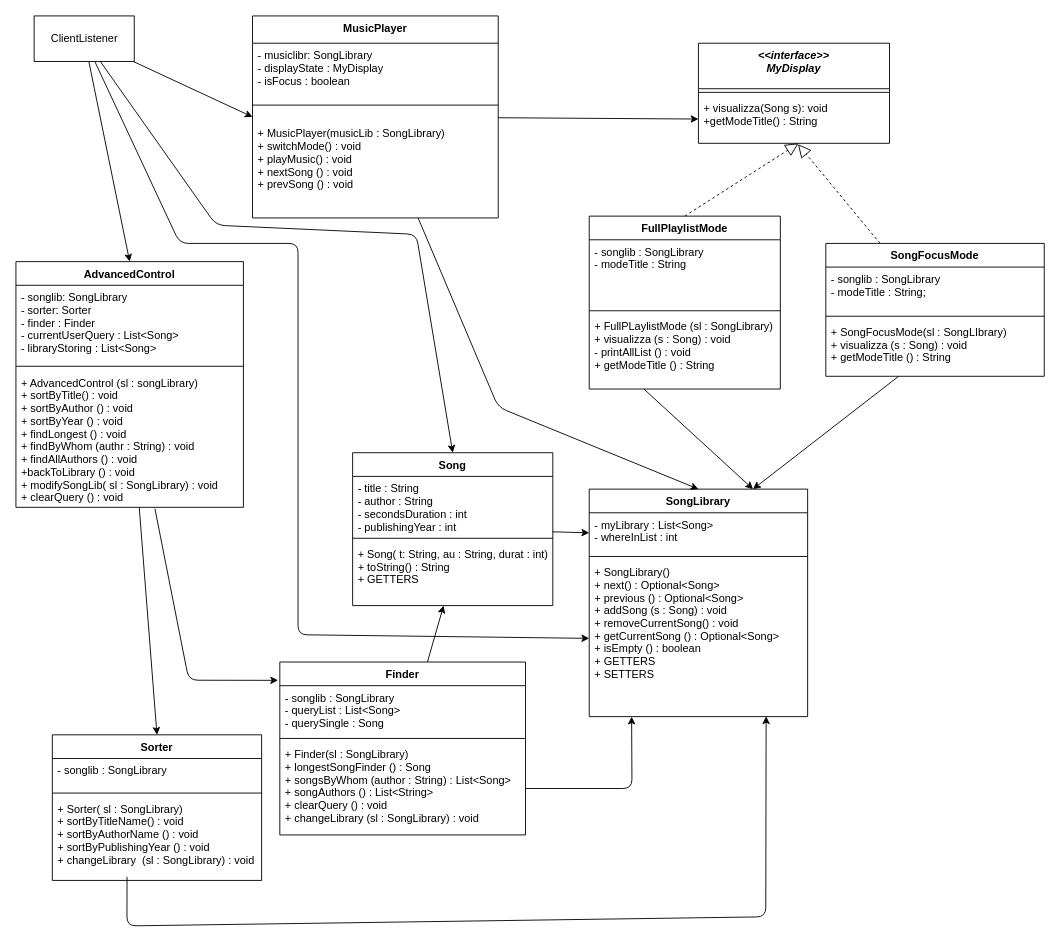
belligerentcrow/MusicPlayerProject keeps this draw.io diagram as MusicPlayer.drawio. Above is the earlier version. Source tidied: cells renumbered, new cells numbered last; positions are measured from the earlier drawing's top-left corner, leaving out a move shared by most shapes. Both pictures are drawn from the tidied source at 91%, with x=0, y=0 at pixel (15, 15).
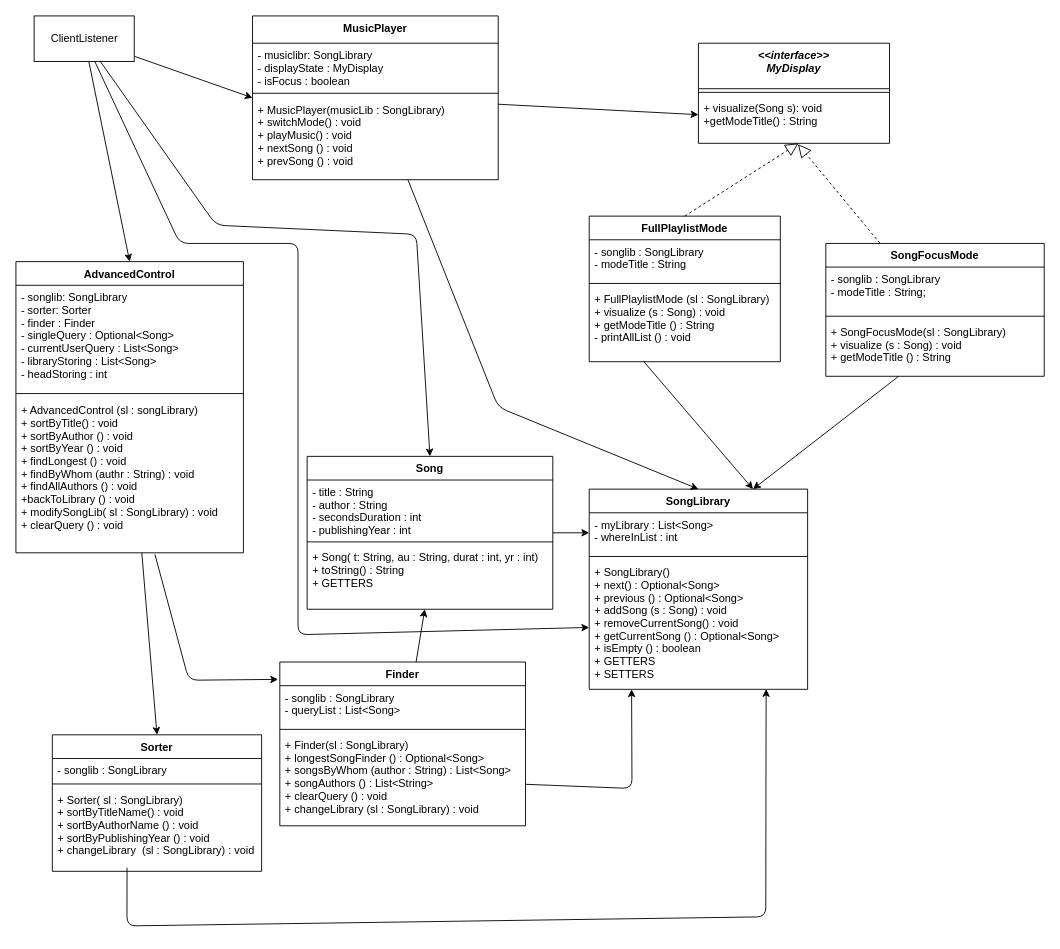
After the change.

Commit message (it also covers changes not shown here):
Update UML Diagram

Unchanged cells that the change refers to:
```xml
<mxCell id="2" value="&lt;&lt;interface&gt;&gt;&#10;MyDisplay" style="swimlane;fontStyle=3;align=center;verticalAlign=top;horizontal=1;startSize=50;" parent="1" vertex="1">
  <mxGeometry x="750" y="30" width="210" height="110" as="geometry" />
</mxCell>
<mxCell id="19" value="ClientListener" style="html=1;" parent="1" vertex="1">
  <mxGeometry x="20" width="110" height="50" as="geometry" />
</mxCell>
<mxCell id="29" value="SongFocusMode" style="swimlane;fontStyle=1;align=center;verticalAlign=top;horizontal=1;startSize=26;" parent="1" vertex="1">
  <mxGeometry x="890" y="250" width="240" height="146" as="geometry" />
</mxCell>
```

What changed in the source:
```diff
@@
-    <mxCell id="4" value="+ visualizza(Song s): void&#10;+getModeTitle() : String" style="text;strokeColor=none;fillColor=none;align=left;verticalAlign=top;spacingLeft=4;spacingRight=4;overflow=hidden;points=[[0,0.5],[1,0.5]];portConstraint=eastwest;" parent="2" vertex="1">
+    <mxCell id="4" value="+ visualize(Song s): void&#10;+getModeTitle() : String" style="text;strokeColor=none;fillColor=none;align=left;verticalAlign=top;spacingLeft=4;spacingRight=4;overflow=hidden;points=[[0,0.5],[1,0.5]];portConstraint=eastwest;" parent="2" vertex="1">
       <mxGeometry y="58" width="210" height="52" as="geometry" />
     </mxCell>
     <mxCell id="5" value="SongLibrary" style="swimlane;fontStyle=1;align=center;verticalAlign=top;horizontal=1;startSize=26;" parent="1" vertex="1">
-      <mxGeometry x="630" y="520" width="240" height="250" as="geometry" />
+      <mxGeometry x="630" y="520" width="240" height="220" as="geometry" />
     </mxCell>
@@
-    <mxCell id="8" value="+ SongLibrary()&#10;+ next() : Optional&lt;Song&gt;&#10;+ previous () : Optional&lt;Song&gt;&#10;+ addSong (s : Song) : void &#10;+ removeCurrentSong() : void &#10;+ getCurrentSong () : Optional&lt;Song&gt;&#10;+ isEmpty () : boolean&#10;+ GETTERS&#10;+ SETTERS" style="text;strokeColor=none;fillColor=none;align=left;verticalAlign=top;spacingLeft=4;spacingRight=4;overflow=hidden;points=[[0,0.5],[1,0.5]];portConstraint=eastwest;" parent="5" vertex="1">
-      <mxGeometry y="78" width="240" height="172" as="geometry" />
+    <mxCell id="8" value="+ SongLibrary()&#10;+ next() : Optional&lt;Song&gt;&#10;+ previous () : Optional&lt;Song&gt;&#10;+ addSong (s : Song) : void &#10;+ removeCurrentSong() : void &#10;+ getCurrentSong () : Optional&lt;Song&gt;&#10;+ isEmpty () : boolean&#10;+ GETTERS&#10;+ SETTERS " style="text;strokeColor=none;fillColor=none;align=left;verticalAlign=top;spacingLeft=4;spacingRight=4;overflow=hidden;points=[[0,0.5],[1,0.5]];portConstraint=eastwest;" parent="5" vertex="1">
+      <mxGeometry y="78" width="240" height="142" as="geometry" />
     </mxCell>
@@
     <mxCell id="11" value="MusicPlayer" style="swimlane;fontStyle=1;align=center;verticalAlign=top;horizontal=1;startSize=30;" parent="1" vertex="1">
-      <mxGeometry x="260" width="270" height="222" as="geometry" />
+      <mxGeometry x="260" width="270" height="180" as="geometry" />
     </mxCell>
@@
     <mxCell id="13" style="line;strokeWidth=1;fillColor=none;align=left;verticalAlign=middle;spacingTop=-1;spacingLeft=3;spacingRight=3;labelPosition=right;strokeColor=inherit;" parent="11" vertex="1">
-      <mxGeometry y="80" width="270" height="36" as="geometry" />
+      <mxGeometry y="80" width="270" height="10" as="geometry" />
     </mxCell>
     <mxCell id="14" value="+ MusicPlayer(musicLib : SongLibrary)&#10;+ switchMode() : void&#10;+ playMusic() : void&#10;+ nextSong () : void&#10;+ prevSong () : void&#10;" style="text;strokeColor=none;fillColor=none;align=left;verticalAlign=top;spacingLeft=4;spacingRight=4;overflow=hidden;" parent="11" vertex="1">
-      <mxGeometry y="116" width="270" height="106" as="geometry" />
+      <mxGeometry y="90" width="270" height="90" as="geometry" />
     </mxCell>
@@
-    <mxCell id="17" style="edgeStyle=none;html=1;entryX=0;entryY=0.5;entryDx=0;entryDy=0;" parent="1" edge="1" source="19" target="8">
+    <mxCell id="17" style="edgeStyle=none;html=1;" parent="1" edge="1" source="19" target="8">
       <mxGeometry relative="1" as="geometry">
         <Array as="points">
           <mxPoint x="180" y="250" />
           <mxPoint x="310" y="250" />
           <mxPoint x="310" y="680" />
         </Array>
       </mxGeometry>
     </mxCell>
@@
     <mxCell id="21" value="Song" style="swimlane;fontStyle=1;align=center;verticalAlign=top;horizontal=1;startSize=26;" parent="1" vertex="1">
-      <mxGeometry x="370" y="480" width="220" height="168" as="geometry" />
+      <mxGeometry x="320" y="484" width="270" height="168" as="geometry" />
     </mxCell>
     <mxCell id="22" value="- title : String&#10;- author : String&#10;- secondsDuration : int&#10;- publishingYear : int" style="text;strokeColor=none;fillColor=none;align=left;verticalAlign=top;spacingLeft=4;spacingRight=4;overflow=hidden;" parent="21" vertex="1">
-      <mxGeometry y="26" width="220" height="64" as="geometry" />
+      <mxGeometry y="26" width="270" height="64" as="geometry" />
     </mxCell>
     <mxCell id="23" style="line;strokeWidth=1;fillColor=none;align=left;verticalAlign=middle;spacingTop=-1;spacingLeft=3;spacingRight=3;labelPosition=right;strokeColor=inherit;" parent="21" vertex="1">
-      <mxGeometry y="90" width="220" height="8" as="geometry" />
+      <mxGeometry y="90" width="270" height="8" as="geometry" />
     </mxCell>
-    <mxCell id="24" value="+ Song( t: String, au : String, durat : int)&#10;+ toString() : String&#10;+ GETTERS " style="text;strokeColor=none;fillColor=none;align=left;verticalAlign=top;spacingLeft=4;spacingRight=4;overflow=hidden;points=[[0,0.5],[1,0.5]];portConstraint=eastwest;" parent="21" vertex="1">
-      <mxGeometry y="98" width="220" height="70" as="geometry" />
+    <mxCell id="24" value="+ Song( t: String, au : String, durat : int, yr : int)&#10;+ toString() : String&#10;+ GETTERS " style="text;strokeColor=none;fillColor=none;align=left;verticalAlign=top;spacingLeft=4;spacingRight=4;overflow=hidden;points=[[0,0.5],[1,0.5]];portConstraint=eastwest;" parent="21" vertex="1">
+      <mxGeometry y="98" width="270" height="70" as="geometry" />
     </mxCell>
     <mxCell id="25" value="FullPlaylistMode" style="swimlane;fontStyle=1;align=center;verticalAlign=top;horizontal=1;startSize=26;" parent="1" vertex="1">
-      <mxGeometry x="630" y="220" width="210" height="190" as="geometry" />
+      <mxGeometry x="630" y="220" width="210" height="160" as="geometry" />
     </mxCell>
     <mxCell id="26" value="- songlib : SongLibrary &#10;- modeTitle : String&#10;" style="text;strokeColor=none;fillColor=none;align=left;verticalAlign=top;spacingLeft=4;spacingRight=4;overflow=hidden;" parent="25" vertex="1">
-      <mxGeometry y="26" width="210" height="74" as="geometry" />
+      <mxGeometry y="26" width="210" height="44" as="geometry" />
     </mxCell>
     <mxCell id="27" style="line;strokeWidth=1;fillColor=none;align=left;verticalAlign=middle;spacingTop=-1;spacingLeft=3;spacingRight=3;labelPosition=right;strokeColor=inherit;" parent="25" vertex="1">
-      <mxGeometry y="100" width="210" height="8" as="geometry" />
+      <mxGeometry y="70" width="210" height="8" as="geometry" />
     </mxCell>
-    <mxCell id="28" value="+ FullPLaylistMode (sl : SongLibrary) &#10;+ visualizza (s : Song) : void&#10;- printAllList () : void &#10;+ getModeTitle () : String" style="text;strokeColor=none;fillColor=none;align=left;verticalAlign=top;spacingLeft=4;spacingRight=4;overflow=hidden;points=[[0,0.5],[1,0.5]];portConstraint=eastwest;" parent="25" vertex="1">
-      <mxGeometry y="108" width="210" height="82" as="geometry" />
+    <mxCell id="28" value="+ FullPlaylistMode (sl : SongLibrary) &#10;+ visualize (s : Song) : void&#10;+ getModeTitle () : String&#10;- printAllList () : void " style="text;strokeColor=none;fillColor=none;align=left;verticalAlign=top;spacingLeft=4;spacingRight=4;overflow=hidden;points=[[0,0.5],[1,0.5]];portConstraint=eastwest;" parent="25" vertex="1">
+      <mxGeometry y="78" width="210" height="82" as="geometry" />
     </mxCell>
@@
-    <mxCell id="32" value="+ SongFocusMode(sl : SongLIbrary)&#10;+ visualizza (s : Song) : void&#10;+ getModeTitle () : String " style="text;strokeColor=none;fillColor=none;align=left;verticalAlign=top;spacingLeft=4;spacingRight=4;overflow=hidden;points=[[0,0.5],[1,0.5]];portConstraint=eastwest;" parent="29" vertex="1">
+    <mxCell id="32" value="+ SongFocusMode(sl : SongLibrary)&#10;+ visualize (s : Song) : void&#10;+ getModeTitle () : String " style="text;strokeColor=none;fillColor=none;align=left;verticalAlign=top;spacingLeft=4;spacingRight=4;overflow=hidden;points=[[0,0.5],[1,0.5]];portConstraint=eastwest;" parent="29" vertex="1">
       <mxGeometry y="84" width="240" height="62" as="geometry" />
     </mxCell>
@@
     <mxCell id="39" value="AdvancedControl" style="swimlane;fontStyle=1;align=center;verticalAlign=top;horizontal=1;startSize=26;" parent="1" vertex="1">
-      <mxGeometry y="270" width="250" height="270" as="geometry" />
+      <mxGeometry y="270" width="250" height="320" as="geometry" />
     </mxCell>
-    <mxCell id="40" value="- songlib: SongLibrary&#10;- sorter: Sorter&#10;- finder : Finder&#10;- currentUserQuery : List&lt;Song&gt;&#10;- libraryStoring : List&lt;Song&gt;" style="text;strokeColor=none;fillColor=none;align=left;verticalAlign=top;spacingLeft=4;spacingRight=4;overflow=hidden;" parent="39" vertex="1">
-      <mxGeometry y="26" width="250" height="84" as="geometry" />
+    <mxCell id="40" value="- songlib: SongLibrary&#10;- sorter: Sorter&#10;- finder : Finder&#10;- singleQuery : Optional&lt;Song&gt;&#10;- currentUserQuery : List&lt;Song&gt;&#10;- libraryStoring : List&lt;Song&gt;&#10;- headStoring : int" style="text;strokeColor=none;fillColor=none;align=left;verticalAlign=top;spacingLeft=4;spacingRight=4;overflow=hidden;" parent="39" vertex="1">
+      <mxGeometry y="26" width="250" height="114" as="geometry" />
     </mxCell>
     <mxCell id="41" style="line;strokeWidth=1;fillColor=none;align=left;verticalAlign=middle;spacingTop=-1;spacingLeft=3;spacingRight=3;labelPosition=right;strokeColor=inherit;" parent="39" vertex="1">
-      <mxGeometry y="110" width="250" height="10" as="geometry" />
+      <mxGeometry y="140" width="250" height="10" as="geometry" />
     </mxCell>
     <mxCell id="42" value="+ AdvancedControl (sl : songLibrary) &#10;+ sortByTitle() : void&#10;+ sortByAuthor () : void&#10;+ sortByYear () : void&#10;+ findLongest () : void&#10;+ findByWhom (authr : String) : void&#10;+ findAllAuthors () : void&#10;+backToLibrary () : void&#10;+ modifySongLib( sl : SongLibrary) : void&#10;+ clearQuery () : void&#10;" style="text;strokeColor=none;fillColor=none;align=left;verticalAlign=top;spacingLeft=4;spacingRight=4;overflow=hidden;points=[[0,0.5],[1,0.5]];portConstraint=eastwest;" parent="39" vertex="1">
-      <mxGeometry y="120" width="250" height="150" as="geometry" />
+      <mxGeometry y="150" width="250" height="170" as="geometry" />
     </mxCell>
@@
     <mxCell id="44" value="Sorter" style="swimlane;fontStyle=1;align=center;verticalAlign=top;horizontal=1;startSize=26;" parent="1" vertex="1">
-      <mxGeometry x="40" y="790" width="230" height="160" as="geometry" />
+      <mxGeometry x="40" y="790" width="230" height="150" as="geometry" />
     </mxCell>
     <mxCell id="45" value="- songlib : SongLibrary&#10;" style="text;strokeColor=none;fillColor=none;align=left;verticalAlign=top;spacingLeft=4;spacingRight=4;overflow=hidden;" parent="44" vertex="1">
-      <mxGeometry y="26" width="230" height="34" as="geometry" />
+      <mxGeometry y="26" width="230" height="24" as="geometry" />
     </mxCell>
     <mxCell id="46" style="line;strokeWidth=1;fillColor=none;align=left;verticalAlign=middle;spacingTop=-1;spacingLeft=3;spacingRight=3;labelPosition=right;strokeColor=inherit;" parent="44" vertex="1">
-      <mxGeometry y="60" width="230" height="8" as="geometry" />
+      <mxGeometry y="50" width="230" height="8" as="geometry" />
     </mxCell>
     <mxCell id="47" value="+ Sorter( sl : SongLibrary) &#10;+ sortByTitleName() : void&#10;+ sortByAuthorName () : void&#10;+ sortByPublishingYear () : void&#10;+ changeLibrary  (sl : SongLibrary) : void" style="text;strokeColor=none;fillColor=none;align=left;verticalAlign=top;spacingLeft=4;spacingRight=4;overflow=hidden;points=[[0,0.5],[1,0.5]];portConstraint=eastwest;" parent="44" vertex="1">
-      <mxGeometry y="68" width="230" height="92" as="geometry" />
+      <mxGeometry y="58" width="230" height="92" as="geometry" />
     </mxCell>
@@
     <mxCell id="49" value="Finder" style="swimlane;fontStyle=1;align=center;verticalAlign=top;horizontal=1;startSize=26;" parent="1" vertex="1">
-      <mxGeometry x="290" y="710" width="270" height="190" as="geometry" />
+      <mxGeometry x="290" y="710" width="270" height="180" as="geometry" />
     </mxCell>
-    <mxCell id="50" value="- songlib : SongLibrary&#10;- queryList : List&lt;Song&gt;&#10;- querySingle : Song" style="text;strokeColor=none;fillColor=none;align=left;verticalAlign=top;spacingLeft=4;spacingRight=4;overflow=hidden;" parent="49" vertex="1">
-      <mxGeometry y="26" width="270" height="54" as="geometry" />
+    <mxCell id="50" value="- songlib : SongLibrary&#10;- queryList : List&lt;Song&gt;" style="text;strokeColor=none;fillColor=none;align=left;verticalAlign=top;spacingLeft=4;spacingRight=4;overflow=hidden;" parent="49" vertex="1">
+      <mxGeometry y="26" width="270" height="44" as="geometry" />
     </mxCell>
     <mxCell id="51" style="line;strokeWidth=1;fillColor=none;align=left;verticalAlign=middle;spacingTop=-1;spacingLeft=3;spacingRight=3;labelPosition=right;strokeColor=inherit;" parent="49" vertex="1">
-      <mxGeometry y="80" width="270" height="8" as="geometry" />
+      <mxGeometry y="70" width="270" height="8" as="geometry" />
     </mxCell>
-    <mxCell id="52" value="+ Finder(sl : SongLibrary) &#10;+ longestSongFinder () : Song&#10;+ songsByWhom (author : String) : List&lt;Song&gt;&#10;+ songAuthors () : List&lt;String&gt;&#10;+ clearQuery () : void&#10;+ changeLibrary (sl : SongLibrary) : void&#10;&#10;" style="text;strokeColor=none;fillColor=none;align=left;verticalAlign=top;spacingLeft=4;spacingRight=4;overflow=hidden;points=[[0,0.5],[1,0.5]];portConstraint=eastwest;" parent="49" vertex="1">
-      <mxGeometry y="88" width="270" height="102" as="geometry" />
+    <mxCell id="52" value="+ Finder(sl : SongLibrary) &#10;+ longestSongFinder () : Optional&lt;Song&gt;&#10;+ songsByWhom (author : String) : List&lt;Song&gt;&#10;+ songAuthors () : List&lt;String&gt;&#10;+ clearQuery () : void&#10;+ changeLibrary (sl : SongLibrary) : void&#10;&#10;" style="text;strokeColor=none;fillColor=none;align=left;verticalAlign=top;spacingLeft=4;spacingRight=4;overflow=hidden;points=[[0,0.5],[1,0.5]];portConstraint=eastwest;" parent="49" vertex="1">
+      <mxGeometry y="78" width="270" height="102" as="geometry" />
     </mxCell>
```
